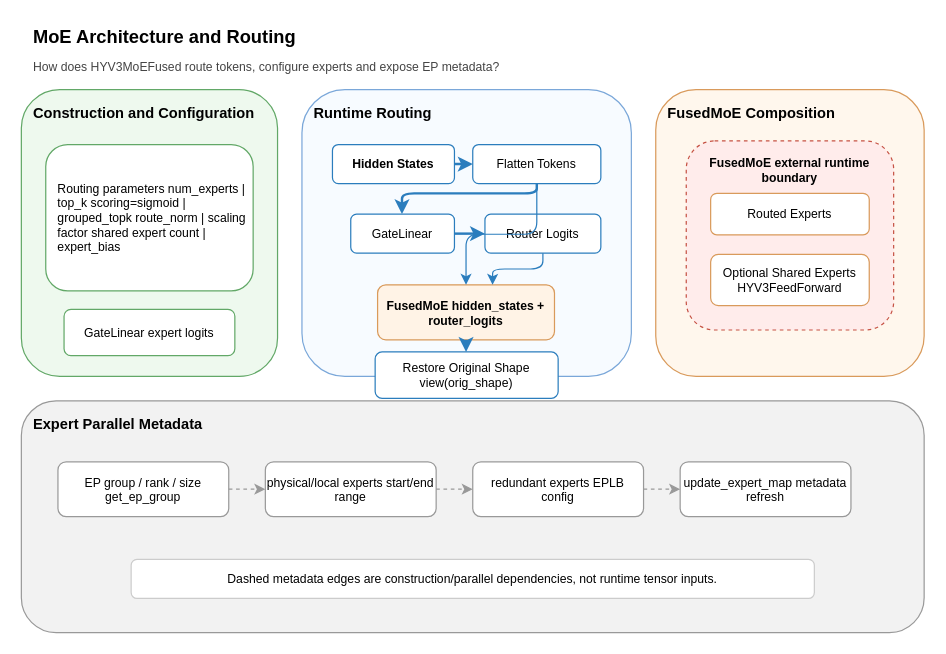
The draw.io diagram page "MoE Architecture and Routing" (3 of 4) of examples/hy_v3/architecture.drawio in junjiewang253-ctrl/vllm-architecture-agent, before the edit. Source tidied: cells renumbered, new cells numbered last; positions are measured from the earlier drawing's top-left corner, leaving out a move shared by most shapes. Both pictures are drawn from the tidied source at 122%, with x=0, y=0 at pixel (21, 21).
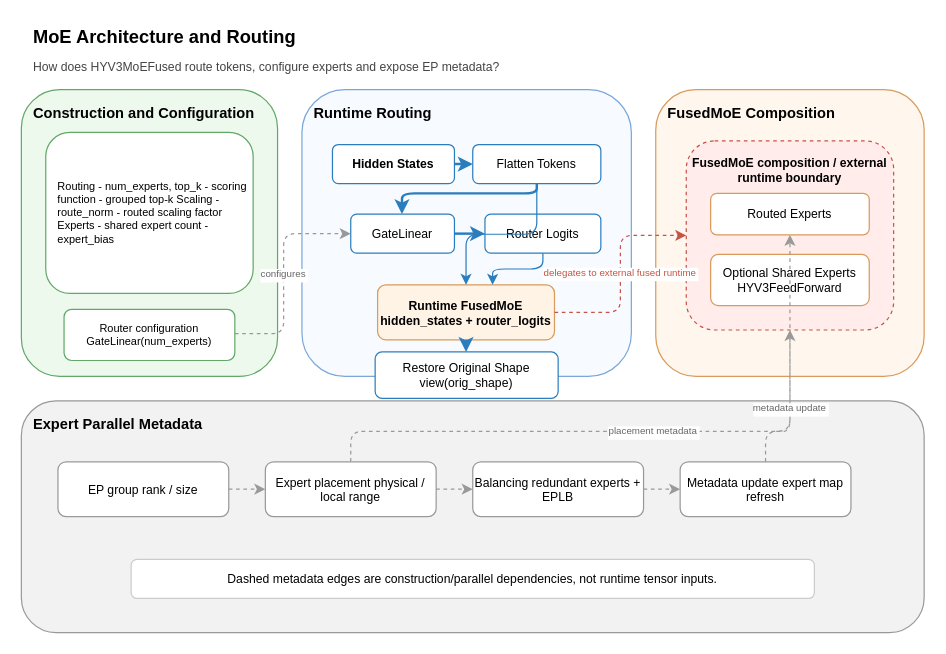
The same diagram, later.

The change refers to these unchanged cells:
```xml
<mxCell id="11" value="GateLinear" style="rounded=1;whiteSpace=wrap;fillColor=#ffffff;strokeColor=#2b7dbd;fontSize=10;" parent="1" vertex="1">
  <mxGeometry x="270" y="158" width="85" height="32" as="geometry" />
</mxCell>
<mxCell id="12" value="Router Logits" style="rounded=1;whiteSpace=wrap;fillColor=#ffffff;strokeColor=#2b7dbd;fontSize=10;" parent="1" vertex="1">
  <mxGeometry x="380" y="158" width="95" height="32" as="geometry" />
</mxCell>
<mxCell id="16" value="Routed Experts" style="rounded=1;whiteSpace=wrap;fillColor=#ffffff;strokeColor=#d99a5b;fontSize=10;" parent="1" vertex="1">
  <mxGeometry x="565" y="141" width="130" height="34" as="geometry" />
</mxCell>
```

Change to the diagram source:
```diff
@@
-    <mxCell id="7" value="Routing parameters num_experts | top_k scoring=sigmoid | grouped_topk route_norm | scaling factor shared expert count | expert_bias" style="rounded=1;whiteSpace=wrap;fillColor=#ffffff;strokeColor=#62a867;fontSize=10;align=left;spacingLeft=8;" parent="1" vertex="1">
-      <mxGeometry x="20" y="101" width="170" height="120" as="geometry" />
+    <mxCell id="7" value="Routing - num_experts, top_k - scoring function - grouped top-k  Scaling - route_norm - routed scaling factor  Experts - shared expert count - expert_bias" style="rounded=1;whiteSpace=wrap;fillColor=#ffffff;strokeColor=#62a867;fontSize=9;align=left;spacingLeft=8;" parent="1" vertex="1">
+      <mxGeometry x="20" y="91" width="170" height="132" as="geometry" />
     </mxCell>
-    <mxCell id="8" value="GateLinear expert logits" style="rounded=1;whiteSpace=wrap;fillColor=#ffffff;strokeColor=#62a867;fontSize=10;" parent="1" vertex="1">
-      <mxGeometry x="35" y="236" width="140" height="38" as="geometry" />
+    <mxCell id="8" value="Router configuration GateLinear(num_experts)" style="rounded=1;whiteSpace=wrap;fillColor=#ffffff;strokeColor=#62a867;fontSize=9;" parent="1" vertex="1">
+      <mxGeometry x="35" y="236" width="140" height="42" as="geometry" />
     </mxCell>
@@
-    <mxCell id="13" value="FusedMoE hidden_states + router_logits" style="rounded=1;whiteSpace=wrap;fillColor=#fff3e6;strokeColor=#d99a5b;fontStyle=1;fontSize=10;" parent="1" vertex="1">
+    <mxCell id="13" value="Runtime FusedMoE hidden_states + router_logits" style="rounded=1;whiteSpace=wrap;fillColor=#fff3e6;strokeColor=#d99a5b;fontStyle=1;fontSize=10;" parent="1" vertex="1">
       <mxGeometry x="292" y="216" width="145" height="45" as="geometry" />
     </mxCell>
@@
-    <mxCell id="15" value="FusedMoE external runtime boundary" style="rounded=1;whiteSpace=wrap;fillColor=#ffeceb;strokeColor=#c65345;dashed=1;fontSize=10;fontStyle=1;align=center;verticalAlign=top;spacingTop=6;" parent="1" vertex="1">
+    <mxCell id="15" value="FusedMoE composition / external runtime boundary" style="rounded=1;whiteSpace=wrap;fillColor=#ffeceb;strokeColor=#c65345;dashed=1;fontSize=10;fontStyle=1;align=center;verticalAlign=top;spacingTop=6;" parent="1" vertex="1">
       <mxGeometry x="545" y="98" width="170" height="155" as="geometry" />
     </mxCell>
@@
-    <mxCell id="18" value="EP group / rank / size get_ep_group" style="rounded=1;whiteSpace=wrap;fillColor=#ffffff;strokeColor=#999999;fontSize=10;" parent="1" vertex="1">
+    <mxCell id="18" value="EP group rank / size" style="rounded=1;whiteSpace=wrap;fillColor=#ffffff;strokeColor=#999999;fontSize=10;" parent="1" vertex="1">
       <mxGeometry x="30" y="361" width="140" height="45" as="geometry" />
     </mxCell>
-    <mxCell id="19" value="physical/local experts start/end range" style="rounded=1;whiteSpace=wrap;fillColor=#ffffff;strokeColor=#999999;fontSize=10;" parent="1" vertex="1">
+    <mxCell id="19" value="Expert placement physical / local range" style="rounded=1;whiteSpace=wrap;fillColor=#ffffff;strokeColor=#999999;fontSize=10;" parent="1" vertex="1">
       <mxGeometry x="200" y="361" width="140" height="45" as="geometry" />
     </mxCell>
-    <mxCell id="20" value="redundant experts EPLB config" style="rounded=1;whiteSpace=wrap;fillColor=#ffffff;strokeColor=#999999;fontSize=10;" parent="1" vertex="1">
+    <mxCell id="20" value="Balancing redundant experts + EPLB" style="rounded=1;whiteSpace=wrap;fillColor=#ffffff;strokeColor=#999999;fontSize=10;" parent="1" vertex="1">
       <mxGeometry x="370" y="361" width="140" height="45" as="geometry" />
     </mxCell>
-    <mxCell id="21" value="update_expert_map metadata refresh" style="rounded=1;whiteSpace=wrap;fillColor=#ffffff;strokeColor=#999999;fontSize=10;" parent="1" vertex="1">
+    <mxCell id="21" value="Metadata update expert map refresh" style="rounded=1;whiteSpace=wrap;fillColor=#ffffff;strokeColor=#999999;fontSize=10;" parent="1" vertex="1">
       <mxGeometry x="540" y="361" width="140" height="45" as="geometry" />
     </mxCell>
@@
-    <mxCell id="25" style="endArrow=classic;edgeStyle=orthogonalEdgeStyle;strokeColor=#2b7dbd;strokeWidth=2;" parent="1" edge="1">
-      <mxGeometry relative="1" as="geometry">
-        <mxPoint x="355" y="174" as="sourcePoint" />
-        <mxPoint x="380" y="174" as="targetPoint" />
-      </mxGeometry>
+    <mxCell id="25" style="endArrow=classic;edgeStyle=orthogonalEdgeStyle;strokeColor=#2b7dbd;strokeWidth=2;" parent="1" edge="1" source="11" target="12">
+      <mxGeometry relative="1" as="geometry" />
     </mxCell>
@@
+    <mxCell id="33" value="configures" style="endArrow=classic;edgeStyle=orthogonalEdgeStyle;strokeColor=#999999;dashed=1;fontSize=8;fontColor=#666666;" parent="1" edge="1" source="8" target="11">
+      <mxGeometry relative="1" as="geometry">
+        <Array as="points">
+          <mxPoint x="215" y="256" />
+          <mxPoint x="215" y="174" />
+        </Array>
+      </mxGeometry>
+    </mxCell>
+    <mxCell id="34" value="delegates to external fused runtime" style="endArrow=classic;edgeStyle=orthogonalEdgeStyle;strokeColor=#c65345;dashed=1;fontSize=8;fontColor=#c65345;" parent="1" edge="1" source="13" target="15">
+      <mxGeometry relative="1" as="geometry" />
+    </mxCell>
+    <mxCell id="35" value="placement metadata" style="endArrow=classic;edgeStyle=orthogonalEdgeStyle;strokeColor=#999999;dashed=1;fontSize=8;fontColor=#666666;" parent="1" edge="1" source="19" target="16">
+      <mxGeometry relative="1" as="geometry">
+        <Array as="points">
+          <mxPoint x="270" y="336" />
+          <mxPoint x="630" y="336" />
+        </Array>
+      </mxGeometry>
+    </mxCell>
+    <mxCell id="36" value="metadata update" style="endArrow=classic;edgeStyle=orthogonalEdgeStyle;strokeColor=#999999;dashed=1;fontSize=8;fontColor=#666666;" parent="1" edge="1" source="21" target="15">
+      <mxGeometry relative="1" as="geometry">
+        <Array as="points">
+          <mxPoint x="610" y="336" />
+        </Array>
+      </mxGeometry>
+    </mxCell>
```
